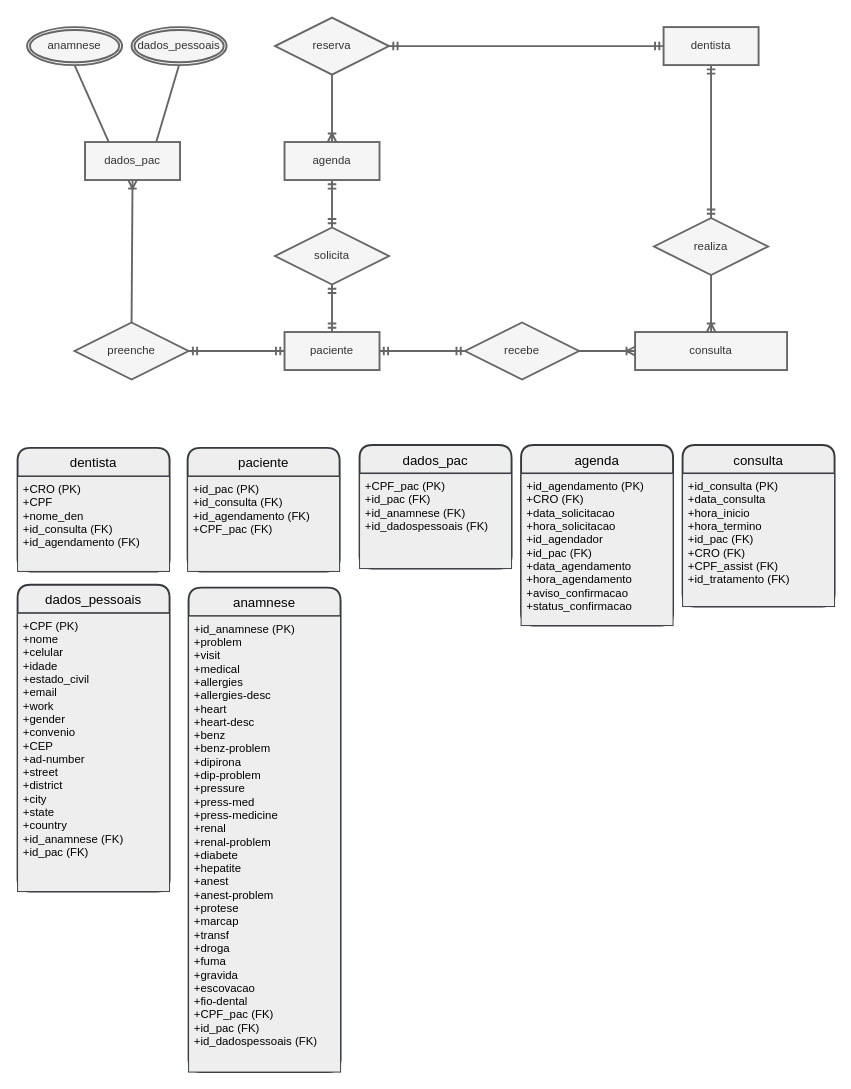
Before: Diagrama sem nome.drawio in fabiollg/Diagrama-ER-Consultorio, a draw.io diagram. Source tidied: cells renumbered, new cells numbered last; positions are measured from the earlier drawing's top-left corner, leaving out a move shared by most shapes. Both pictures are drawn from the tidied source at 95%, with x=0, y=0 at pixel (17, 17).
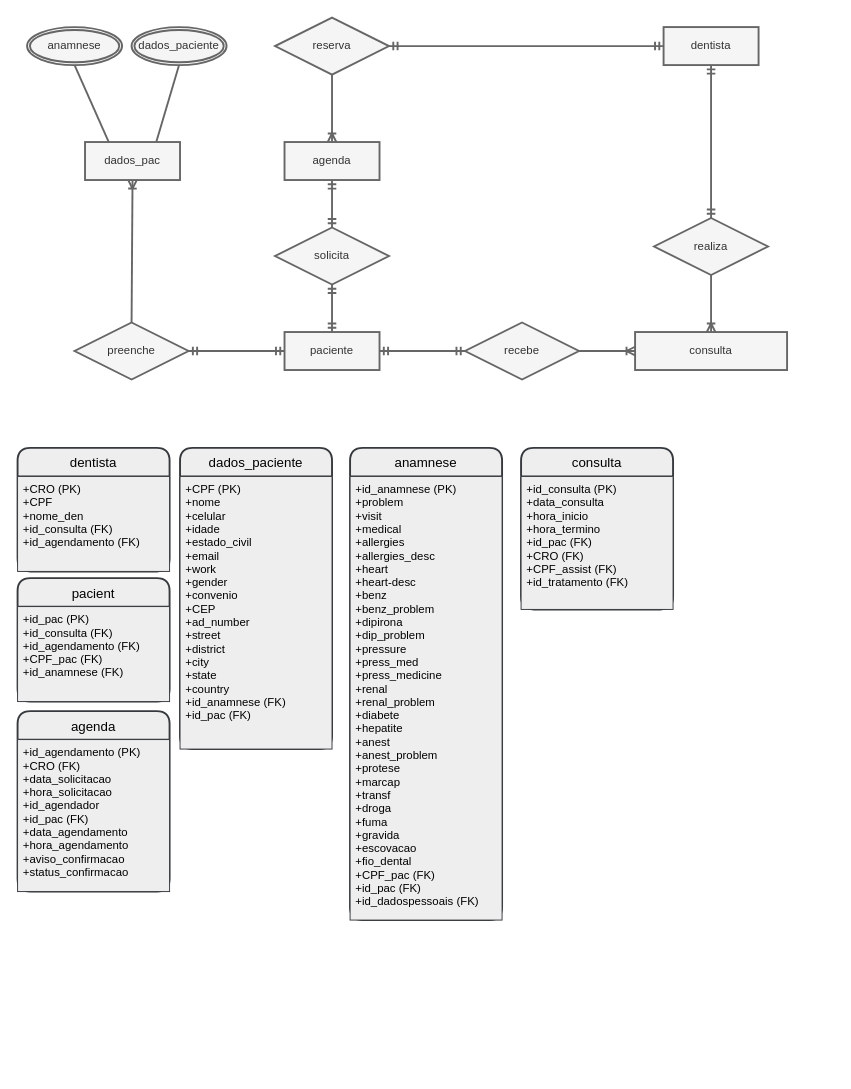
Above is the later version.

Commit message:
Adequações de atributos e tabelas

The edit, as a diff of the source:
```diff
@@
-    <mxCell id="22" value="paciente" style="swimlane;horizontal=1;startSize=30;rounded=1;fontSize=14;fontStyle=0;strokeWidth=2;shadow=0;dashed=0;align=center;fillColor=#eeeeee;strokeColor=#36393d;fontColor=#000000;" parent="1" vertex="1">
-      <mxGeometry x="179" y="453" width="160" height="130" as="geometry" />
+    <mxCell id="22" value="pacient" style="swimlane;horizontal=1;startSize=30;rounded=1;fontSize=14;fontStyle=0;strokeWidth=2;shadow=0;dashed=0;align=center;fillColor=#eeeeee;strokeColor=#36393d;fontColor=#000000;" parent="1" vertex="1">
+      <mxGeometry y="590" width="160" height="130" as="geometry" />
     </mxCell>
-    <mxCell id="23" value="+id_pac (PK)&#10;+id_consulta (FK)&#10;+id_agendamento (FK)&#10;+CPF_pac (FK)" style="align=left;strokeColor=#36393d;fillColor=#eeeeee;spacingLeft=4;fontSize=12;verticalAlign=top;fontColor=#000000;" parent="22" vertex="1">
+    <mxCell id="23" value="+id_pac (PK)&#10;+id_consulta (FK)&#10;+id_agendamento (FK)&#10;+CPF_pac (FK)&#10;+id_anamnese (FK)" style="align=left;strokeColor=#36393d;fillColor=#eeeeee;spacingLeft=4;fontSize=12;verticalAlign=top;fontColor=#000000;" parent="22" vertex="1">
       <mxGeometry y="30" width="160" height="100" as="geometry" />
     </mxCell>
-    <mxCell id="24" value="dados_pac" style="swimlane;horizontal=1;startSize=30;rounded=1;fontSize=14;fontStyle=0;strokeWidth=2;shadow=0;dashed=0;align=center;fillColor=#eeeeee;strokeColor=#36393d;fontColor=#000000;" parent="1" vertex="1">
-      <mxGeometry x="360" y="450" width="160" height="130" as="geometry" />
-    </mxCell>
-    <mxCell id="25" value="+CPF_pac (PK)&#10;+id_pac (FK)&#10;+id_anamnese (FK)&#10;+id_dadospessoais (FK)" style="align=left;strokeColor=#36393d;fillColor=#eeeeee;spacingLeft=4;fontSize=12;verticalAlign=top;fontColor=#000000;" parent="24" vertex="1">
-      <mxGeometry y="30" width="160" height="100" as="geometry" />
-    </mxCell>
@@
-    <mxCell id="30" value="dados_pessoais" style="ellipse;shape=doubleEllipse;margin=3;whiteSpace=wrap;html=1;align=center;fontColor=#333333;fillColor=#f5f5f5;strokeColor=#666666;strokeWidth=2;" parent="1" vertex="1">
+    <mxCell id="30" value="dados_paciente" style="ellipse;shape=doubleEllipse;margin=3;whiteSpace=wrap;html=1;align=center;fontColor=#333333;fillColor=#f5f5f5;strokeColor=#666666;strokeWidth=2;" parent="1" vertex="1">
       <mxGeometry x="120" y="10" width="100" height="40" as="geometry" />
     </mxCell>
@@
     <mxCell id="32" value="agenda" style="swimlane;horizontal=1;startSize=30;rounded=1;fontSize=14;fontStyle=0;strokeWidth=2;shadow=0;dashed=0;align=center;fillColor=#eeeeee;strokeColor=#36393d;fontColor=#000000;" parent="1" vertex="1">
-      <mxGeometry x="530" y="450" width="160" height="190" as="geometry" />
+      <mxGeometry y="730" width="160" height="190" as="geometry" />
     </mxCell>
@@
     <mxCell id="34" value="consulta" style="swimlane;horizontal=1;startSize=30;rounded=1;fontSize=14;fontStyle=0;strokeWidth=2;shadow=0;dashed=0;align=center;fillColor=#eeeeee;strokeColor=#36393d;fontColor=#000000;" parent="1" vertex="1">
-      <mxGeometry x="700" y="450" width="160" height="170" as="geometry" />
+      <mxGeometry x="530" y="453" width="160" height="170" as="geometry" />
     </mxCell>
@@
-    <mxCell id="36" value="dados_pessoais" style="swimlane;horizontal=1;startSize=30;rounded=1;fontSize=14;fontStyle=0;strokeWidth=2;shadow=0;dashed=0;align=center;fillColor=#eeeeee;strokeColor=#36393d;fontColor=#000000;" parent="1" vertex="1">
-      <mxGeometry y="597" width="160" height="323" as="geometry" />
+    <mxCell id="36" value="dados_paciente" style="swimlane;horizontal=1;startSize=30;rounded=1;fontSize=14;fontStyle=0;strokeWidth=2;shadow=0;dashed=0;align=center;fillColor=#eeeeee;strokeColor=#36393d;fontColor=#000000;" parent="1" vertex="1">
+      <mxGeometry x="171" y="453" width="160" height="317" as="geometry" />
     </mxCell>
-    <mxCell id="37" value="+CPF (PK)&#10;+nome&#10;+celular&#10;+idade&#10;+estado_civil&#10;+email&#10;+work&#10;+gender&#10;+convenio&#10;+CEP&#10;+ad-number&#10;+street&#10;+district&#10;+city&#10;+state&#10;+country&#10;+id_anamnese (FK)&#10;+id_pac (FK)" style="align=left;strokeColor=#36393d;fillColor=#eeeeee;spacingLeft=4;fontSize=12;verticalAlign=top;fontColor=#000000;" parent="36" vertex="1">
-      <mxGeometry y="30" width="160" height="293" as="geometry" />
+    <mxCell id="37" value="+CPF (PK)&#10;+nome&#10;+celular&#10;+idade&#10;+estado_civil&#10;+email&#10;+work&#10;+gender&#10;+convenio&#10;+CEP&#10;+ad_number&#10;+street&#10;+district&#10;+city&#10;+state&#10;+country&#10;+id_anamnese (FK)&#10;+id_pac (FK)" style="align=left;strokeColor=#36393d;fillColor=#eeeeee;spacingLeft=4;fontSize=12;verticalAlign=top;fontColor=#000000;" parent="36" vertex="1">
+      <mxGeometry y="30" width="160" height="287" as="geometry" />
     </mxCell>
     <mxCell id="38" value="anamnese" style="swimlane;horizontal=1;startSize=30;rounded=1;fontSize=14;fontStyle=0;strokeWidth=2;shadow=0;dashed=0;align=center;fillColor=#eeeeee;strokeColor=#36393d;fontColor=#000000;" parent="1" vertex="1">
-      <mxGeometry x="180" y="600" width="160" height="510" as="geometry" />
+      <mxGeometry x="350" y="453" width="160" height="497" as="geometry" />
     </mxCell>
+    <mxCell id="40" style="edgeStyle=none;html=1;" parent="38" edge="1" source="39" target="38">
+      <mxGeometry relative="1" as="geometry" />
+    </mxCell>
-    <mxCell id="39" value="+id_anamnese (PK)&#10;+problem&#10;+visit&#10;+medical&#10;+allergies&#10;+allergies-desc&#10;+heart&#10;+heart-desc&#10;+benz&#10;+benz-problem&#10;+dipirona&#10;+dip-problem&#10;+pressure&#10;+press-med&#10;+press-medicine&#10;+renal&#10;+renal-problem&#10;+diabete&#10;+hepatite&#10;+anest&#10;+anest-problem&#10;+protese&#10;+marcap&#10;+transf&#10;+droga&#10;+fuma&#10;+gravida&#10;+escovacao&#10;+fio-dental&#10;+CPF_pac (FK)&#10;+id_pac (FK)&#10;+id_dadospessoais (FK)" style="align=left;strokeColor=#36393d;fillColor=#eeeeee;spacingLeft=4;fontSize=12;verticalAlign=top;fontColor=#000000;" parent="38" vertex="1">
-      <mxGeometry y="30" width="160" height="480" as="geometry" />
+    <mxCell id="39" value="+id_anamnese (PK)&#10;+problem&#10;+visit&#10;+medical&#10;+allergies&#10;+allergies_desc&#10;+heart&#10;+heart-desc&#10;+benz&#10;+benz_problem&#10;+dipirona&#10;+dip_problem&#10;+pressure&#10;+press_med&#10;+press_medicine&#10;+renal&#10;+renal_problem&#10;+diabete&#10;+hepatite&#10;+anest&#10;+anest_problem&#10;+protese&#10;+marcap&#10;+transf&#10;+droga&#10;+fuma&#10;+gravida&#10;+escovacao&#10;+fio_dental&#10;+CPF_pac (FK)&#10;+id_pac (FK)&#10;+id_dadospessoais (FK)" style="align=left;strokeColor=#36393d;fillColor=#eeeeee;spacingLeft=4;fontSize=12;verticalAlign=top;fontColor=#000000;" parent="38" vertex="1">
+      <mxGeometry y="30" width="160" height="467" as="geometry" />
     </mxCell>
```
